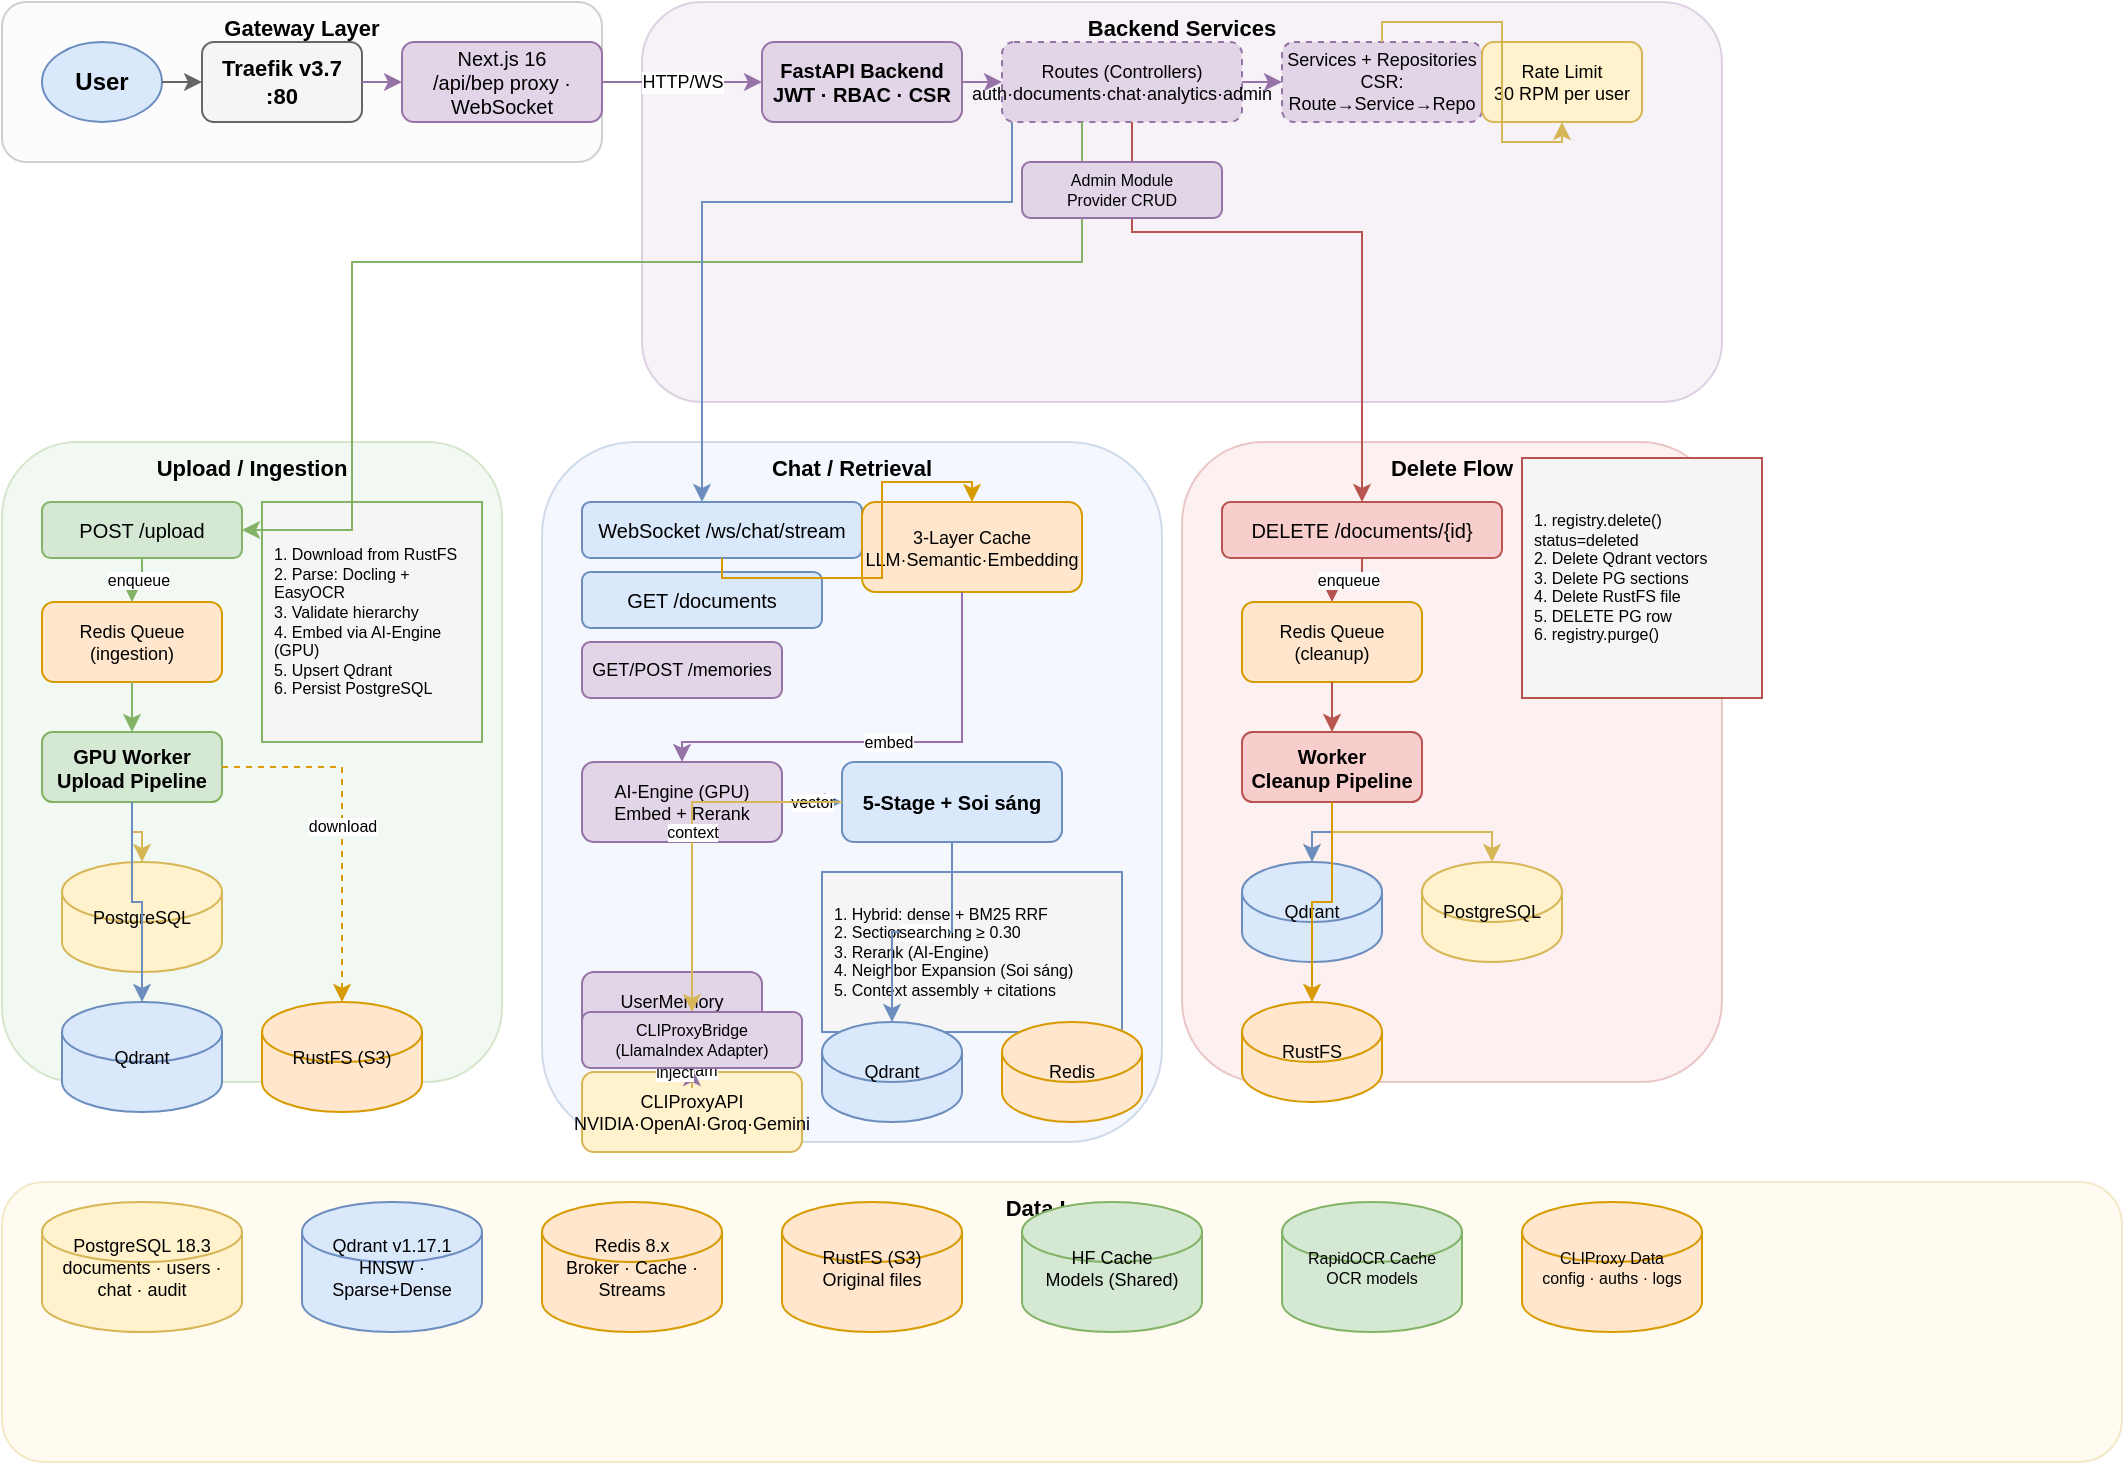
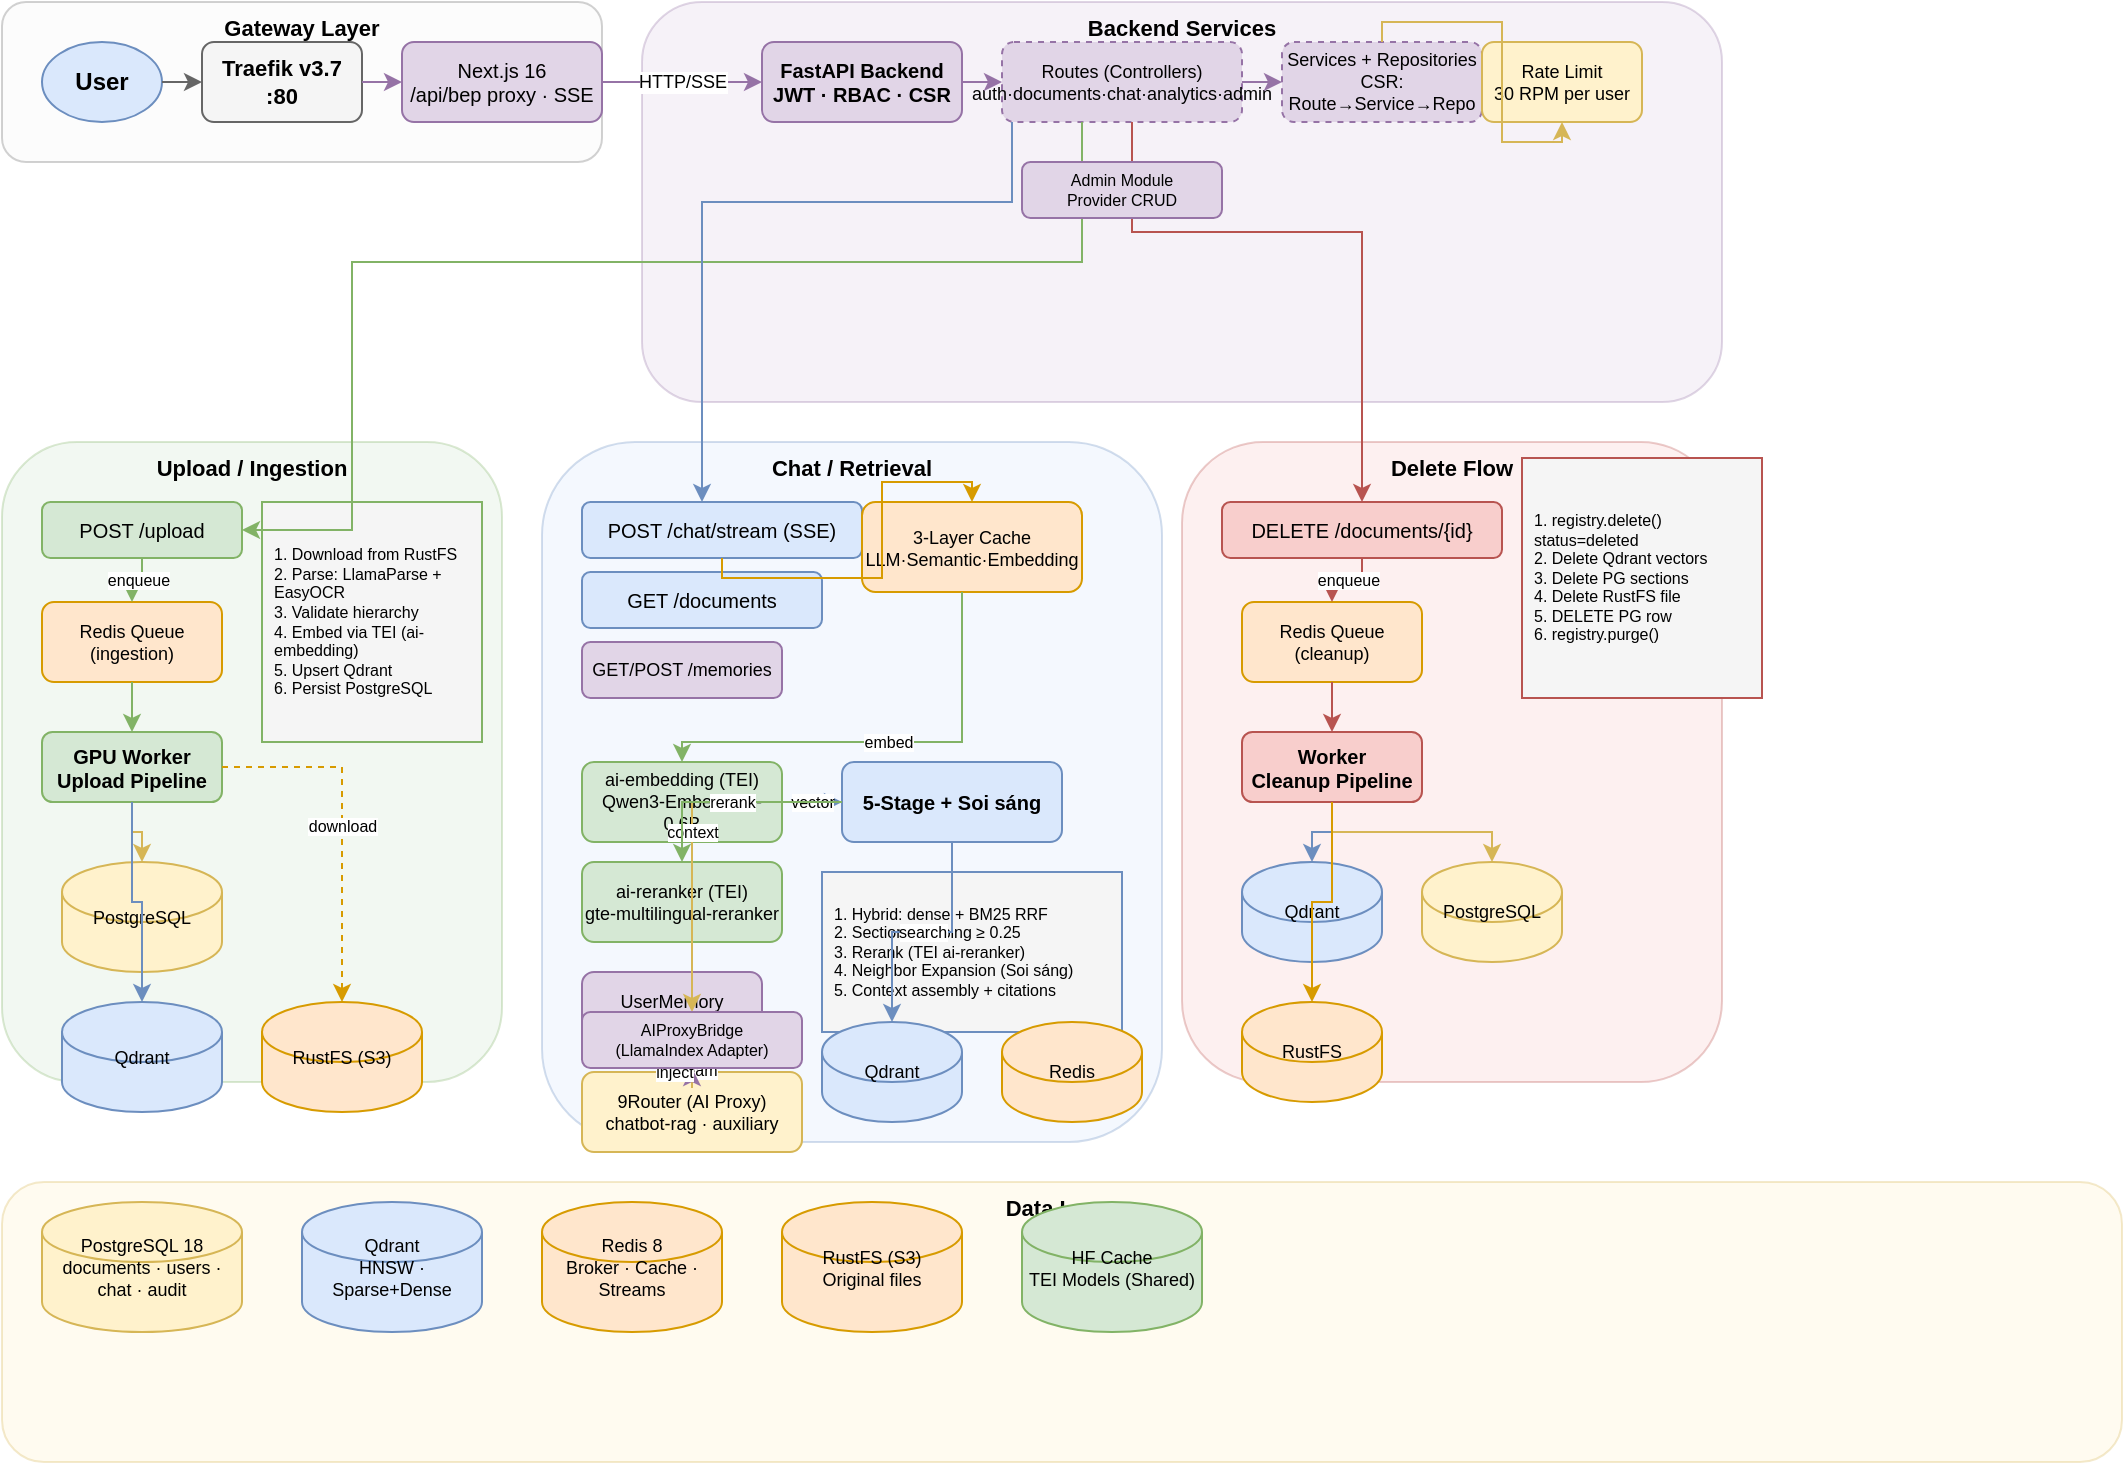
<mxfile host="65bd71144e">
    <diagram name="chatbot-rag Architecture" id="main">
        <mxGraphModel dx="964" dy="573" grid="1" gridSize="15" guides="1" tooltips="1" connect="1" arrows="1" fold="1" page="1" pageScale="1" pageWidth="1200" pageHeight="800" math="0" shadow="0">
            <root>
                <mxCell id="0"/>
                <mxCell id="1" parent="0"/>
                <mxCell id="zone_gateway" value="Gateway Layer" style="rounded=1;whiteSpace=wrap;html=1;fillColor=#f5f5f5;strokeColor=#666666;opacity=30;fontSize=11;fontStyle=1;verticalAlign=top;" parent="1" vertex="1">
                    <mxGeometry x="20" y="20" width="300" height="80" as="geometry"/>
                </mxCell>
                <mxCell id="zone_backend" value="Backend Services" style="rounded=1;whiteSpace=wrap;html=1;fillColor=#e1d5e7;strokeColor=#9673a6;opacity=30;fontSize=11;fontStyle=1;verticalAlign=top;" parent="1" vertex="1">
                    <mxGeometry x="340" y="20" width="540" height="200" as="geometry"/>
                </mxCell>
                <mxCell id="zone_ingestion" value="Upload / Ingestion" style="rounded=1;whiteSpace=wrap;html=1;fillColor=#d5e8d4;strokeColor=#82b366;opacity=30;fontSize=11;fontStyle=1;verticalAlign=top;" parent="1" vertex="1">
                    <mxGeometry x="20" y="240" width="250" height="320" as="geometry"/>
                </mxCell>
                <mxCell id="zone_chat" value="Chat / Retrieval" style="rounded=1;whiteSpace=wrap;html=1;fillColor=#dae8fc;strokeColor=#6c8ebf;opacity=30;fontSize=11;fontStyle=1;verticalAlign=top;" parent="1" vertex="1">
                    <mxGeometry x="290" y="240" width="310" height="350" as="geometry"/>
                </mxCell>
                <mxCell id="zone_delete" value="Delete Flow" style="rounded=1;whiteSpace=wrap;html=1;fillColor=#f8cecc;strokeColor=#b85450;opacity=30;fontSize=11;fontStyle=1;verticalAlign=top;" parent="1" vertex="1">
                    <mxGeometry x="610" y="240" width="270" height="320" as="geometry"/>
                </mxCell>
                <mxCell id="zone_data" value="Data Layer" style="rounded=1;whiteSpace=wrap;html=1;fillColor=#fff2cc;strokeColor=#d6b656;opacity=30;fontSize=11;fontStyle=1;verticalAlign=top;" parent="1" vertex="1">
                    <mxGeometry x="20" y="610" width="1060" height="140" as="geometry"/>
                </mxCell>
                <mxCell id="user" value="User" style="ellipse;whiteSpace=wrap;html=1;fillColor=#dae8fc;strokeColor=#6c8ebf;fontStyle=1;fontSize=12;" parent="1" vertex="1">
                    <mxGeometry x="40" y="40" width="60" height="40" as="geometry"/>
                </mxCell>
                <mxCell id="traefik" value="Traefik v3.7 :80" style="rounded=1;whiteSpace=wrap;html=1;fillColor=#f5f5f5;strokeColor=#666666;fontStyle=1;fontSize=11;" parent="1" vertex="1">
                    <mxGeometry x="120" y="40" width="80" height="40" as="geometry"/>
                </mxCell>
-                 <mxCell id="nextjs" value="Next.js 16&#xa;/api/bep proxy · WebSocket" style="rounded=1;whiteSpace=wrap;html=1;fillColor=#e1d5e7;strokeColor=#9673a6;fontSize=10;" parent="1" vertex="1">
+                 <mxCell id="nextjs" value="Next.js 16&#xa;/api/bep proxy · SSE" style="rounded=1;whiteSpace=wrap;html=1;fillColor=#e1d5e7;strokeColor=#9673a6;fontSize=10;" parent="1" vertex="1">
                    <mxGeometry x="220" y="40" width="100" height="40" as="geometry"/>
                </mxCell>
                <mxCell id="api" value="FastAPI Backend&#xa;JWT · RBAC · CSR" style="rounded=1;whiteSpace=wrap;html=1;fillColor=#e1d5e7;strokeColor=#9673a6;fontStyle=1;fontSize=10;" parent="1" vertex="1">
                    <mxGeometry x="400" y="40" width="100" height="40" as="geometry"/>
                </mxCell>
                <mxCell id="routes" value="Routes (Controllers)&#xa;auth·documents·chat·analytics·admin" style="rounded=1;whiteSpace=wrap;html=1;fillColor=#e1d5e7;strokeColor=#9673a6;fontSize=9;dashed=1;" parent="1" vertex="1">
                    <mxGeometry x="520" y="40" width="120" height="40" as="geometry"/>
                </mxCell>
                <mxCell id="services" value="Services + Repositories&#xa;CSR: Route→Service→Repo" style="rounded=1;whiteSpace=wrap;html=1;fillColor=#e1d5e7;strokeColor=#9673a6;fontSize=9;dashed=1;" parent="1" vertex="1">
                    <mxGeometry x="660" y="40" width="100" height="40" as="geometry"/>
                </mxCell>
                <mxCell id="rate_limit" value="Rate Limit&#xa;30 RPM per user" style="rounded=1;whiteSpace=wrap;html=1;fillColor=#fff2cc;strokeColor=#d6b656;fontSize=9;" parent="1" vertex="1">
                    <mxGeometry x="760" y="40" width="80" height="40" as="geometry"/>
                </mxCell>
                <mxCell id="r_upload" value="POST /upload" style="rounded=1;whiteSpace=wrap;html=1;fillColor=#d5e8d4;strokeColor=#82b366;fontSize=10;" parent="1" vertex="1">
                    <mxGeometry x="40" y="270" width="100" height="28" as="geometry"/>
                </mxCell>
                <mxCell id="q_ing" value="Redis Queue&#xa;(ingestion)" style="rounded=1;whiteSpace=wrap;html=1;fillColor=#ffe6cc;strokeColor=#d79b00;fontSize=9;" parent="1" vertex="1">
                    <mxGeometry x="40" y="320" width="90" height="40" as="geometry"/>
                </mxCell>
                <mxCell id="w_ing" value="GPU Worker&#xa;Upload Pipeline" style="rounded=1;whiteSpace=wrap;html=1;fillColor=#d5e8d4;strokeColor=#82b366;fontStyle=1;fontSize=10;" parent="1" vertex="1">
                    <mxGeometry x="40" y="385" width="90" height="35" as="geometry"/>
                </mxCell>
-                 <mxCell id="ing_steps" value="1. Download from RustFS&#xa;2. Parse: Docling + EasyOCR&#xa;3. Validate hierarchy&#xa;4. Embed via AI-Engine (GPU)&#xa;5. Upsert Qdrant&#xa;6. Persist PostgreSQL" style="rounded=0;whiteSpace=wrap;html=1;fillColor=#f5f5f5;strokeColor=#82b366;fontSize=8;align=left;spacingLeft=4;" parent="1" vertex="1">
+                 <mxCell id="ing_steps" value="1. Download from RustFS&#xa;2. Parse: LlamaParse + EasyOCR&#xa;3. Validate hierarchy&#xa;4. Embed via TEI (ai-embedding)&#xa;5. Upsert Qdrant&#xa;6. Persist PostgreSQL" style="rounded=0;whiteSpace=wrap;html=1;fillColor=#f5f5f5;strokeColor=#82b366;fontSize=8;align=left;spacingLeft=4;" parent="1" vertex="1">
                    <mxGeometry x="150" y="270" width="110" height="120" as="geometry"/>
                </mxCell>
                <mxCell id="pg_ing" value="PostgreSQL" style="shape=cylinder3;whiteSpace=wrap;html=1;fillColor=#fff2cc;strokeColor=#d6b656;fontSize=9;" parent="1" vertex="1">
                    <mxGeometry x="50" y="450" width="80" height="55" as="geometry"/>
                </mxCell>
                <mxCell id="qdrant_ing" value="Qdrant" style="shape=cylinder3;whiteSpace=wrap;html=1;fillColor=#dae8fc;strokeColor=#6c8ebf;fontSize=9;" parent="1" vertex="1">
                    <mxGeometry x="50" y="520" width="80" height="55" as="geometry"/>
                </mxCell>
                <mxCell id="rustfs_ing" value="RustFS (S3)" style="shape=cylinder3;whiteSpace=wrap;html=1;fillColor=#ffe6cc;strokeColor=#d79b00;fontSize=9;" parent="1" vertex="1">
                    <mxGeometry x="150" y="520" width="80" height="55" as="geometry"/>
                </mxCell>
-                 <mxCell id="r_chat" value="WebSocket /ws/chat/stream" style="rounded=1;whiteSpace=wrap;html=1;fillColor=#dae8fc;strokeColor=#6c8ebf;fontSize=10;" parent="1" vertex="1">
+                 <mxCell id="r_chat" value="POST /chat/stream (SSE)" style="rounded=1;whiteSpace=wrap;html=1;fillColor=#dae8fc;strokeColor=#6c8ebf;fontSize=10;" parent="1" vertex="1">
                    <mxGeometry x="310" y="270" width="140" height="28" as="geometry"/>
                </mxCell>
                <mxCell id="r_docs" value="GET /documents" style="rounded=1;whiteSpace=wrap;html=1;fillColor=#dae8fc;strokeColor=#6c8ebf;fontSize=10;" parent="1" vertex="1">
                    <mxGeometry x="310" y="305" width="120" height="28" as="geometry"/>
                </mxCell>
                <mxCell id="r_memories" value="GET/POST /memories" style="rounded=1;whiteSpace=wrap;html=1;fillColor=#e1d5e7;strokeColor=#9673a6;fontSize=9;" parent="1" vertex="1">
                    <mxGeometry x="310" y="340" width="100" height="28" as="geometry"/>
                </mxCell>
                <mxCell id="redis_cache" value="3-Layer Cache&#xa;LLM·Semantic·Embedding" style="rounded=1;whiteSpace=wrap;html=1;fillColor=#ffe6cc;strokeColor=#d79b00;fontSize=9;" parent="1" vertex="1">
                    <mxGeometry x="450" y="270" width="110" height="45" as="geometry"/>
                </mxCell>
-                 <mxCell id="embedding" value="AI-Engine (GPU)&#xa;Embed + Rerank" style="rounded=1;whiteSpace=wrap;html=1;fillColor=#e1d5e7;strokeColor=#9673a6;fontSize=9;" parent="1" vertex="1">
+                 <mxCell id="tei_embedding" value="ai-embedding (TEI)&#xa;Qwen3-Embedding-0.6B" style="rounded=1;whiteSpace=wrap;html=1;fillColor=#d5e8d4;strokeColor=#82b366;fontSize=9;" parent="1" vertex="1">
                    <mxGeometry x="310" y="400" width="100" height="40" as="geometry"/>
+                 </mxCell>
+                 <mxCell id="tei_reranker" value="ai-reranker (TEI)&#xa;gte-multilingual-reranker" style="rounded=1;whiteSpace=wrap;html=1;fillColor=#d5e8d4;strokeColor=#82b366;fontSize=9;" parent="1" vertex="1">
+                     <mxGeometry x="310" y="450" width="100" height="40" as="geometry"/>
                </mxCell>
                <mxCell id="retrieval" value="5-Stage + Soi sáng" style="rounded=1;whiteSpace=wrap;html=1;fillColor=#dae8fc;strokeColor=#6c8ebf;fontStyle=1;fontSize=10;" parent="1" vertex="1">
                    <mxGeometry x="440" y="400" width="110" height="40" as="geometry"/>
                </mxCell>
-                 <mxCell id="ret_steps" value="1. Hybrid: dense + BM25 RRF&#xa;2. Section grouping ≥ 0.30&#xa;3. Rerank (AI-Engine)&#xa;4. Neighbor Expansion (Soi sáng)&#xa;5. Context assembly + citations" style="rounded=0;whiteSpace=wrap;html=1;fillColor=#f5f5f5;strokeColor=#6c8ebf;fontSize=8;align=left;spacingLeft=4;" parent="1" vertex="1">
+                 <mxCell id="ret_steps" value="1. Hybrid: dense + BM25 RRF&#xa;2. Section grouping ≥ 0.25&#xa;3. Rerank (TEI ai-reranker)&#xa;4. Neighbor Expansion (Soi sáng)&#xa;5. Context assembly + citations" style="rounded=0;whiteSpace=wrap;html=1;fillColor=#f5f5f5;strokeColor=#6c8ebf;fontSize=8;align=left;spacingLeft=4;" parent="1" vertex="1">
                    <mxGeometry x="430" y="455" width="150" height="80" as="geometry"/>
                </mxCell>
-                 <mxCell id="llm" value="CLIProxyAPI&#xa;NVIDIA·OpenAI·Groq·Gemini" style="rounded=1;whiteSpace=wrap;html=1;fillColor=#fff2cc;strokeColor=#d6b656;fontSize=9;" parent="1" vertex="1">
+                 <mxCell id="llm" value="9Router (AI Proxy)&#xa;chatbot-rag · auxiliary" style="rounded=1;whiteSpace=wrap;html=1;fillColor=#fff2cc;strokeColor=#d6b656;fontSize=9;" parent="1" vertex="1">
                    <mxGeometry x="310" y="555" width="110" height="40" as="geometry"/>
                </mxCell>
                <mxCell id="memory_svc" value="UserMemory&#xa;Inject context" style="rounded=1;whiteSpace=wrap;html=1;fillColor=#e1d5e7;strokeColor=#9673a6;fontSize=9;" parent="1" vertex="1">
                    <mxGeometry x="310" y="505" width="90" height="40" as="geometry"/>
                </mxCell>
                <mxCell id="qdrant_chat" value="Qdrant" style="shape=cylinder3;whiteSpace=wrap;html=1;fillColor=#dae8fc;strokeColor=#6c8ebf;fontSize=9;" parent="1" vertex="1">
                    <mxGeometry x="430" y="530" width="70" height="50" as="geometry"/>
                </mxCell>
                <mxCell id="redis_chat" value="Redis" style="shape=cylinder3;whiteSpace=wrap;html=1;fillColor=#ffe6cc;strokeColor=#d79b00;fontSize=9;" parent="1" vertex="1">
                    <mxGeometry x="520" y="530" width="70" height="50" as="geometry"/>
                </mxCell>
                <mxCell id="r_del" value="DELETE /documents/{id}" style="rounded=1;whiteSpace=wrap;html=1;fillColor=#f8cecc;strokeColor=#b85450;fontSize=10;" parent="1" vertex="1">
                    <mxGeometry x="630" y="270" width="140" height="28" as="geometry"/>
                </mxCell>
                <mxCell id="q_del" value="Redis Queue&#xa;(cleanup)" style="rounded=1;whiteSpace=wrap;html=1;fillColor=#ffe6cc;strokeColor=#d79b00;fontSize=9;" parent="1" vertex="1">
                    <mxGeometry x="640" y="320" width="90" height="40" as="geometry"/>
                </mxCell>
                <mxCell id="w_del" value="Worker&#xa;Cleanup Pipeline" style="rounded=1;whiteSpace=wrap;html=1;fillColor=#f8cecc;strokeColor=#b85450;fontStyle=1;fontSize=10;" parent="1" vertex="1">
                    <mxGeometry x="640" y="385" width="90" height="35" as="geometry"/>
                </mxCell>
                <mxCell id="del_steps" value="1. registry.delete()&#xa;   status=deleted&#xa;2. Delete Qdrant vectors&#xa;3. Delete PG sections&#xa;4. Delete RustFS file&#xa;5. DELETE PG row&#xa;6. registry.purge()" style="rounded=0;whiteSpace=wrap;html=1;fillColor=#f5f5f5;strokeColor=#b85450;fontSize=8;align=left;spacingLeft=4;" parent="1" vertex="1">
                    <mxGeometry x="780" y="248" width="120" height="120" as="geometry"/>
                </mxCell>
                <mxCell id="qdrant_del" value="Qdrant" style="shape=cylinder3;whiteSpace=wrap;html=1;fillColor=#dae8fc;strokeColor=#6c8ebf;fontSize=9;" parent="1" vertex="1">
                    <mxGeometry x="640" y="450" width="70" height="50" as="geometry"/>
                </mxCell>
                <mxCell id="pg_del" value="PostgreSQL" style="shape=cylinder3;whiteSpace=wrap;html=1;fillColor=#fff2cc;strokeColor=#d6b656;fontSize=9;" parent="1" vertex="1">
                    <mxGeometry x="730" y="450" width="70" height="50" as="geometry"/>
                </mxCell>
                <mxCell id="rustfs_del" value="RustFS" style="shape=cylinder3;whiteSpace=wrap;html=1;fillColor=#ffe6cc;strokeColor=#d79b00;fontSize=9;" parent="1" vertex="1">
                    <mxGeometry x="640" y="520" width="70" height="50" as="geometry"/>
                </mxCell>
-                 <mxCell id="pg" value="PostgreSQL 18.3&#xa;documents · users · chat · audit" style="shape=cylinder3;whiteSpace=wrap;html=1;fillColor=#fff2cc;strokeColor=#d6b656;fontSize=9;" parent="1" vertex="1">
+                 <mxCell id="pg" value="PostgreSQL 18&#xa;documents · users · chat · audit" style="shape=cylinder3;whiteSpace=wrap;html=1;fillColor=#fff2cc;strokeColor=#d6b656;fontSize=9;" parent="1" vertex="1">
                    <mxGeometry x="40" y="620" width="100" height="65" as="geometry"/>
                </mxCell>
-                 <mxCell id="qdrant" value="Qdrant v1.17.1&#xa;HNSW · Sparse+Dense" style="shape=cylinder3;whiteSpace=wrap;html=1;fillColor=#dae8fc;strokeColor=#6c8ebf;fontSize=9;" parent="1" vertex="1">
+                 <mxCell id="qdrant" value="Qdrant&#xa;HNSW · Sparse+Dense" style="shape=cylinder3;whiteSpace=wrap;html=1;fillColor=#dae8fc;strokeColor=#6c8ebf;fontSize=9;" parent="1" vertex="1">
                    <mxGeometry x="170" y="620" width="90" height="65" as="geometry"/>
                </mxCell>
-                 <mxCell id="redis" value="Redis 8.x&#xa;Broker · Cache · Streams" style="shape=cylinder3;whiteSpace=wrap;html=1;fillColor=#ffe6cc;strokeColor=#d79b00;fontSize=9;" parent="1" vertex="1">
+                 <mxCell id="redis" value="Redis 8&#xa;Broker · Cache · Streams" style="shape=cylinder3;whiteSpace=wrap;html=1;fillColor=#ffe6cc;strokeColor=#d79b00;fontSize=9;" parent="1" vertex="1">
                    <mxGeometry x="290" y="620" width="90" height="65" as="geometry"/>
                </mxCell>
                <mxCell id="rustfs" value="RustFS (S3)&#xa;Original files" style="shape=cylinder3;whiteSpace=wrap;html=1;fillColor=#ffe6cc;strokeColor=#d79b00;fontSize=9;" parent="1" vertex="1">
                    <mxGeometry x="410" y="620" width="90" height="65" as="geometry"/>
                </mxCell>
-                 <mxCell id="hf_cache" value="HF Cache&#xa;Models (Shared)" style="shape=cylinder3;whiteSpace=wrap;html=1;fillColor=#d5e8d4;strokeColor=#82b366;fontSize=9;" parent="1" vertex="1">
+                 <mxCell id="hf_cache" value="HF Cache&#xa;TEI Models (Shared)" style="shape=cylinder3;whiteSpace=wrap;html=1;fillColor=#d5e8d4;strokeColor=#82b366;fontSize=9;" parent="1" vertex="1">
                    <mxGeometry x="530" y="620" width="90" height="65" as="geometry"/>
                </mxCell>
                <mxCell id="e1" value="" style="edgeStyle=orthogonalEdgeStyle;rounded=0;html=1;strokeColor=#666666;" parent="1" source="user" target="traefik" edge="1">
                    <mxGeometry relative="1" as="geometry"/>
                </mxCell>
                <mxCell id="e2" value="" style="edgeStyle=orthogonalEdgeStyle;rounded=0;html=1;strokeColor=#9673a6;" parent="1" source="traefik" target="nextjs" edge="1">
                    <mxGeometry relative="1" as="geometry"/>
                </mxCell>
-                 <mxCell id="e3" value="HTTP/WS" style="edgeStyle=orthogonalEdgeStyle;rounded=0;html=1;strokeColor=#9673a6;fontSize=9;" parent="1" source="nextjs" target="api" edge="1">
+                 <mxCell id="e3" value="HTTP/SSE" style="edgeStyle=orthogonalEdgeStyle;rounded=0;html=1;strokeColor=#9673a6;fontSize=9;" parent="1" source="nextjs" target="api" edge="1">
                    <mxGeometry relative="1" as="geometry"/>
                </mxCell>
                <mxCell id="e4" value="" style="edgeStyle=orthogonalEdgeStyle;rounded=0;html=1;strokeColor=#9673a6;" parent="1" source="api" target="routes" edge="1">
                    <mxGeometry relative="1" as="geometry"/>
                </mxCell>
                <mxCell id="e5" value="" style="edgeStyle=orthogonalEdgeStyle;rounded=0;html=1;strokeColor=#9673a6;" parent="1" source="routes" target="services" edge="1">
                    <mxGeometry relative="1" as="geometry"/>
                </mxCell>
                <mxCell id="e6" value="" style="edgeStyle=orthogonalEdgeStyle;rounded=0;html=1;strokeColor=#d6b656;" parent="1" source="services" target="rate_limit" edge="1">
                    <mxGeometry relative="1" as="geometry"/>
                </mxCell>
                <mxCell id="e7" value="" style="edgeStyle=orthogonalEdgeStyle;rounded=0;html=1;strokeColor=#82b366;" parent="1" source="routes" target="r_upload" edge="1">
                    <mxGeometry relative="1" as="geometry">
                        <Array as="points">
                            <mxPoint x="560" y="150"/>
                            <mxPoint x="195" y="150"/>
                            <mxPoint x="195" y="284"/>
                        </Array>
                    </mxGeometry>
                </mxCell>
                <mxCell id="e8" value="enqueue" style="edgeStyle=orthogonalEdgeStyle;rounded=0;html=1;strokeColor=#82b366;fontSize=8;" parent="1" source="r_upload" target="q_ing" edge="1">
                    <mxGeometry relative="1" as="geometry"/>
                </mxCell>
                <mxCell id="e9" value="" style="edgeStyle=orthogonalEdgeStyle;rounded=0;html=1;strokeColor=#82b366;" parent="1" source="q_ing" target="w_ing" edge="1">
                    <mxGeometry relative="1" as="geometry"/>
                </mxCell>
                <mxCell id="e10" value="" style="edgeStyle=orthogonalEdgeStyle;rounded=0;html=1;strokeColor=#d6b656;" parent="1" source="w_ing" target="pg_ing" edge="1">
                    <mxGeometry relative="1" as="geometry"/>
                </mxCell>
                <mxCell id="e11" value="" style="edgeStyle=orthogonalEdgeStyle;rounded=0;html=1;strokeColor=#6c8ebf;" parent="1" source="w_ing" target="qdrant_ing" edge="1">
                    <mxGeometry relative="1" as="geometry"/>
                </mxCell>
                <mxCell id="e12" value="download" style="edgeStyle=orthogonalEdgeStyle;rounded=0;html=1;strokeColor=#d79b00;fontSize=8;dashed=1;" parent="1" source="w_ing" target="rustfs_ing" edge="1">
                    <mxGeometry relative="1" as="geometry"/>
                </mxCell>
                <mxCell id="e13" value="" style="edgeStyle=orthogonalEdgeStyle;rounded=0;html=1;strokeColor=#6c8ebf;" parent="1" source="routes" target="r_chat" edge="1">
                    <mxGeometry relative="1" as="geometry">
                        <Array as="points">
                            <mxPoint x="525" y="120"/>
                            <mxPoint x="370" y="120"/>
                        </Array>
                    </mxGeometry>
                </mxCell>
                <mxCell id="e14" value="" style="edgeStyle=orthogonalEdgeStyle;rounded=0;html=1;strokeColor=#d79b00;" parent="1" source="r_chat" target="redis_cache" edge="1">
                    <mxGeometry relative="1" as="geometry"/>
                </mxCell>
-                 <mxCell id="e15" value="embed" style="edgeStyle=orthogonalEdgeStyle;rounded=0;html=1;strokeColor=#9673a6;fontSize=8;" parent="1" source="redis_cache" target="embedding" edge="1">
+                 <mxCell id="e15" value="embed" style="edgeStyle=orthogonalEdgeStyle;rounded=0;html=1;strokeColor=#82b366;fontSize=8;" parent="1" source="redis_cache" target="tei_embedding" edge="1">
                    <mxGeometry relative="1" as="geometry">
                        <Array as="points">
                            <mxPoint x="500" y="390"/>
                            <mxPoint x="360" y="390"/>
                        </Array>
                    </mxGeometry>
                </mxCell>
-                 <mxCell id="e16" value="vector" style="edgeStyle=orthogonalEdgeStyle;rounded=0;html=1;strokeColor=#6c8ebf;fontSize=8;" parent="1" source="embedding" target="retrieval" edge="1">
+                 <mxCell id="e16" value="vector" style="edgeStyle=orthogonalEdgeStyle;rounded=0;html=1;strokeColor=#6c8ebf;fontSize=8;" parent="1" source="tei_embedding" target="retrieval" edge="1">
                    <mxGeometry relative="1" as="geometry"/>
                </mxCell>
                <mxCell id="e17" value="context" style="edgeStyle=orthogonalEdgeStyle;rounded=0;html=1;strokeColor=#d6b656;fontSize=8;" parent="1" source="retrieval" target="cliproxy_bridge" edge="1">
                    <mxGeometry relative="1" as="geometry"/>
                </mxCell>
                <mxCell id="e26" value="stream" style="edgeStyle=orthogonalEdgeStyle;rounded=0;html=1;strokeColor=#d6b656;fontSize=8;" parent="1" source="cliproxy_bridge" target="llm" edge="1">
                    <mxGeometry relative="1" as="geometry"/>
                </mxCell>
                <mxCell id="e18" value="inject" style="edgeStyle=orthogonalEdgeStyle;rounded=0;html=1;strokeColor=#9673a6;fontSize=8;dashed=1;" parent="1" source="memory_svc" target="cliproxy_bridge" edge="1">
                    <mxGeometry relative="1" as="geometry"/>
                </mxCell>
                <mxCell id="e19" value="search" style="edgeStyle=orthogonalEdgeStyle;rounded=0;html=1;strokeColor=#6c8ebf;fontSize=8;" parent="1" source="retrieval" target="qdrant_chat" edge="1">
+                     <mxGeometry relative="1" as="geometry"/>
+                 </mxCell>
+                 <mxCell id="e27" value="rerank" style="edgeStyle=orthogonalEdgeStyle;rounded=0;html=1;strokeColor=#82b366;fontSize=8;" parent="1" source="retrieval" target="tei_reranker" edge="1">
                    <mxGeometry relative="1" as="geometry"/>
                </mxCell>
                <mxCell id="e20" value="" style="edgeStyle=orthogonalEdgeStyle;rounded=0;html=1;strokeColor=#b85450;" parent="1" source="routes" target="r_del" edge="1">
                    <mxGeometry relative="1" as="geometry">
                        <Array as="points">
                            <mxPoint x="585" y="135"/>
                            <mxPoint x="700" y="135"/>
                        </Array>
                    </mxGeometry>
                </mxCell>
                <mxCell id="e21" value="enqueue" style="edgeStyle=orthogonalEdgeStyle;rounded=0;html=1;strokeColor=#b85450;fontSize=8;" parent="1" source="r_del" target="q_del" edge="1">
                    <mxGeometry relative="1" as="geometry"/>
                </mxCell>
                <mxCell id="e22" value="" style="edgeStyle=orthogonalEdgeStyle;rounded=0;html=1;strokeColor=#b85450;" parent="1" source="q_del" target="w_del" edge="1">
                    <mxGeometry relative="1" as="geometry"/>
                </mxCell>
                <mxCell id="e23" value="" style="edgeStyle=orthogonalEdgeStyle;rounded=0;html=1;strokeColor=#6c8ebf;" parent="1" source="w_del" target="qdrant_del" edge="1">
                    <mxGeometry relative="1" as="geometry"/>
                </mxCell>
                <mxCell id="e24" value="" style="edgeStyle=orthogonalEdgeStyle;rounded=0;html=1;strokeColor=#d6b656;" parent="1" source="w_del" target="pg_del" edge="1">
                    <mxGeometry relative="1" as="geometry"/>
                </mxCell>
                <mxCell id="e25" value="" style="edgeStyle=orthogonalEdgeStyle;rounded=0;html=1;strokeColor=#d79b00;" parent="1" source="w_del" target="rustfs_del" edge="1">
                    <mxGeometry relative="1" as="geometry"/>
                </mxCell>
-                 <mxCell id="cliproxy_bridge" value="CLIProxyBridge&#xa;(LlamaIndex Adapter)" style="rounded=1;whiteSpace=wrap;html=1;fillColor=#e1d5e7;strokeColor=#9673a6;fontSize=8;" parent="1" vertex="1">
+                 <mxCell id="cliproxy_bridge" value="AIProxyBridge&#xa;(LlamaIndex Adapter)" style="rounded=1;whiteSpace=wrap;html=1;fillColor=#e1d5e7;strokeColor=#9673a6;fontSize=8;" parent="1" vertex="1">
                    <mxGeometry x="310" y="525" width="110" height="28" as="geometry"/>
                </mxCell>
                <mxCell id="admin" value="Admin Module&#xa;Provider CRUD" style="rounded=1;whiteSpace=wrap;html=1;fillColor=#e1d5e7;strokeColor=#9673a6;fontSize=8;" parent="1" vertex="1">
                    <mxGeometry x="530" y="100" width="100" height="28" as="geometry"/>
-                 </mxCell>
-                 <mxCell id="rapidocr_cache" value="RapidOCR Cache&#xa;OCR models" style="shape=cylinder3;whiteSpace=wrap;html=1;fillColor=#d5e8d4;strokeColor=#82b366;fontSize=8;" parent="1" vertex="1">
-                     <mxGeometry x="660" y="620" width="90" height="65" as="geometry"/>
-                 </mxCell>
-                 <mxCell id="cliproxy_data" value="CLIProxy Data&#xa;config · auths · logs" style="shape=cylinder3;whiteSpace=wrap;html=1;fillColor=#ffe6cc;strokeColor=#d79b00;fontSize=8;" parent="1" vertex="1">
-                     <mxGeometry x="780" y="620" width="90" height="65" as="geometry"/>
                </mxCell>
            </root>
        </mxGraphModel>
    </diagram>
- </mxfile>+ </mxfile>
